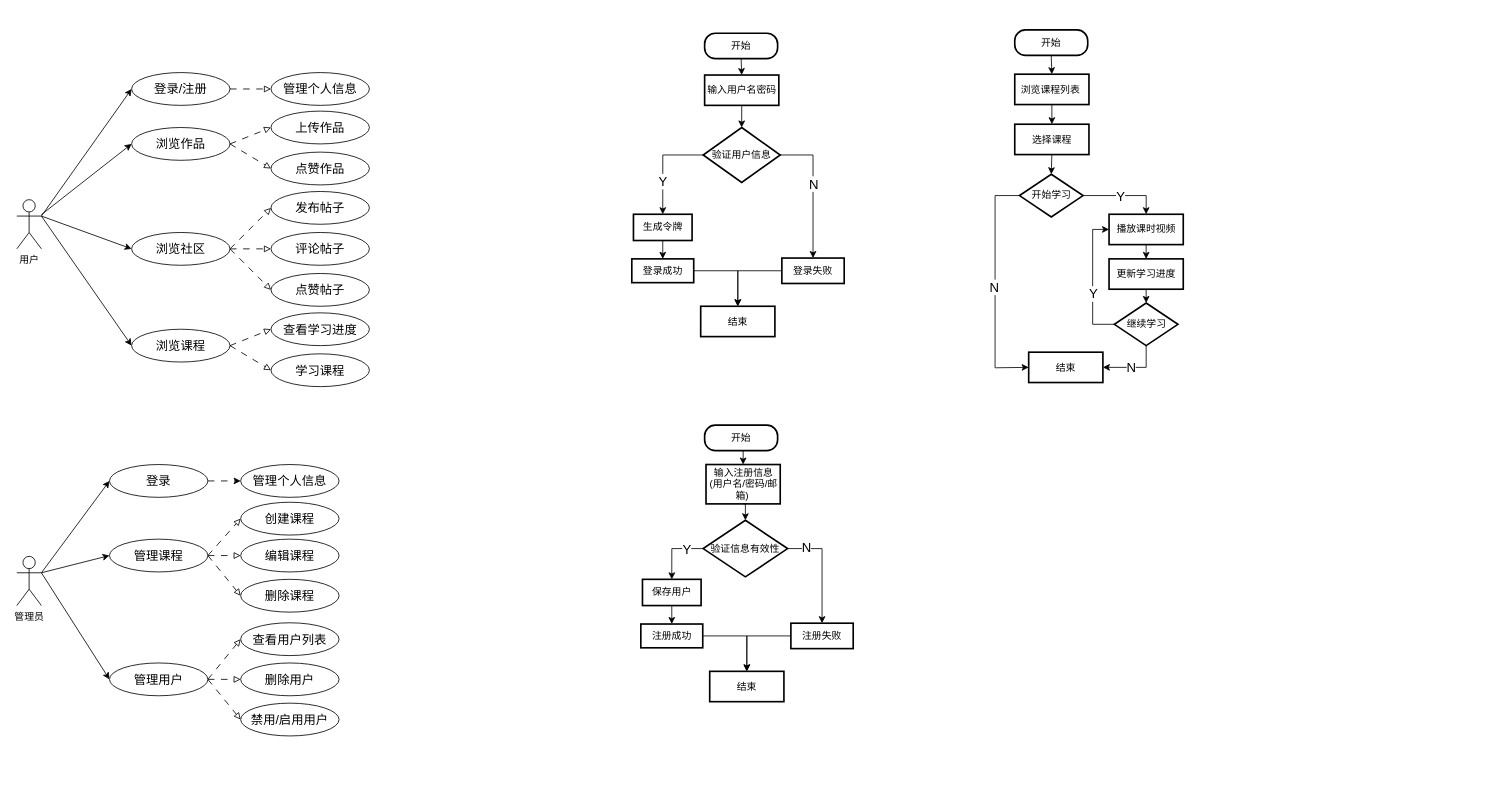
tourbillon-e/remote-repo keeps this draw.io diagram as Untitled Diagram.drawio. Above is the earlier version. Source tidied: cells renumbered, new cells numbered last; positions are measured from the earlier drawing's top-left corner, leaving out a move shared by most shapes. Both pictures are drawn from the tidied source at 82%, with x=0, y=0 at pixel (16, 30).
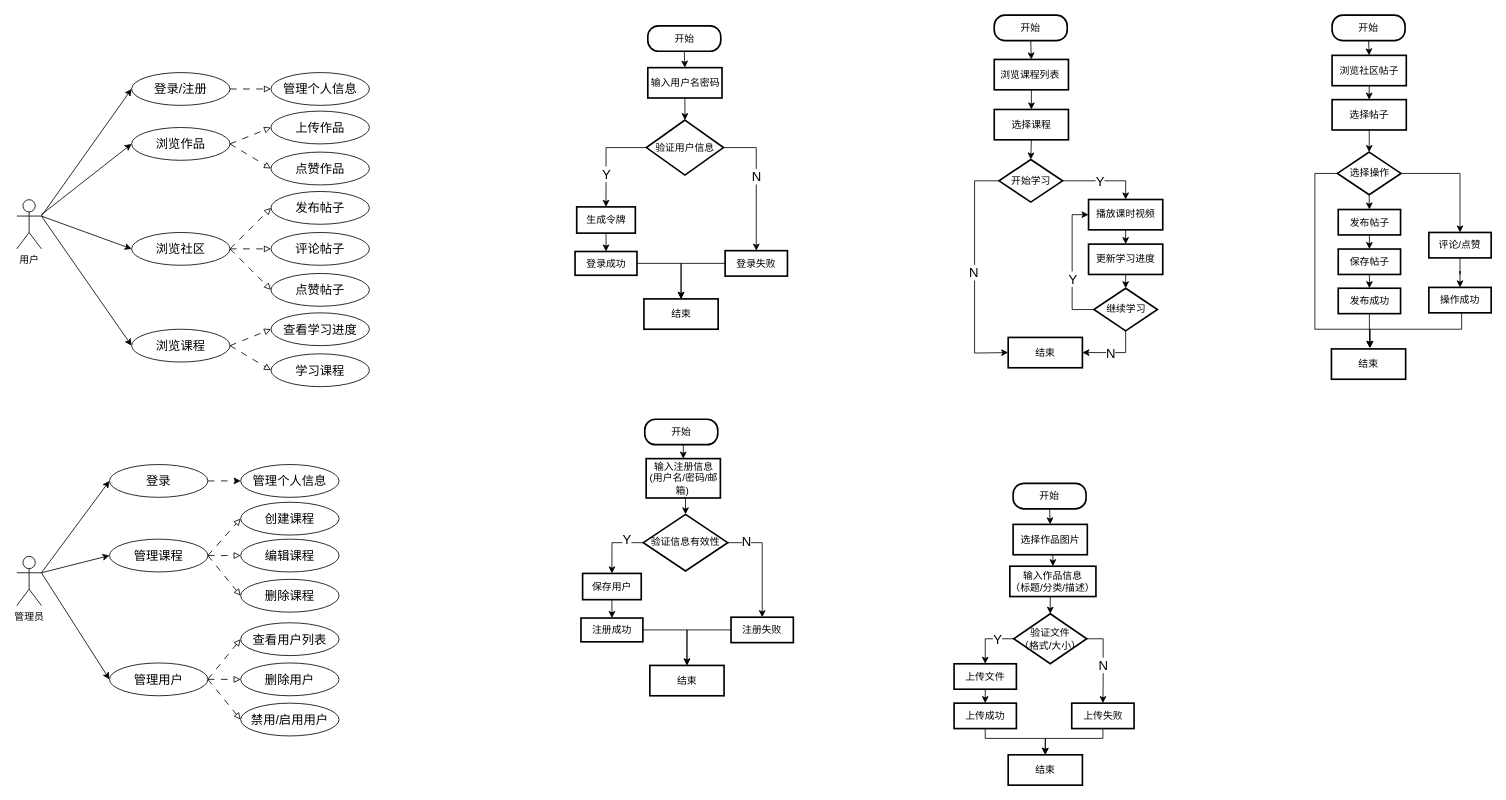
After the change.

Unchanged cells that the change refers to:
```xml
<mxCell id="75" style="edgeStyle=orthogonalEdgeStyle;rounded=0;jettySize=auto;html=1;exitX=0;exitY=0.5;exitDx=0;exitDy=0;exitPerimeter=0;entryX=0.5;entryY=0;entryDx=0;entryDy=0;strokeWidth=1;" parent="1" edge="1" source="67" target="69">
  <mxGeometry relative="1" as="geometry" />
</mxCell>
```

What changed in the source:
```diff
@@
     <mxCell id="49" value="开始" style="rounded=1;whiteSpace=wrap;html=1;strokeWidth=2;perimeterSpacing=0;arcSize=42;" parent="1" vertex="1">
-      <mxGeometry x="838.8" y="4" width="89" height="31" as="geometry" />
+      <mxGeometry x="769.5" y="-5" width="89" height="31" as="geometry" />
     </mxCell>
     <mxCell id="50" value="输入用户名密码" style="rounded=0;whiteSpace=wrap;html=1;strokeWidth=2;" parent="1" vertex="1">
-      <mxGeometry x="838.8" y="55" width="90.5" height="37" as="geometry" />
+      <mxGeometry x="769.5" y="46" width="90.5" height="37" as="geometry" />
     </mxCell>
@@
     <mxCell id="55" value="验证用户信息" style="strokeWidth=2;html=1;shape=mxgraph.flowchart.decision;whiteSpace=wrap;" parent="1" vertex="1">
-      <mxGeometry x="837" y="119" width="94" height="67" as="geometry" />
+      <mxGeometry x="767.8" y="110" width="94" height="67" as="geometry" />
     </mxCell>
@@
     <mxCell id="57" value="生成令牌" style="rounded=0;whiteSpace=wrap;html=1;strokeWidth=2;" parent="1" vertex="1">
-      <mxGeometry x="752" y="224.8" width="71.5" height="32" as="geometry" />
+      <mxGeometry x="682.8" y="215.8" width="71.5" height="32" as="geometry" />
     </mxCell>
@@
     <mxCell id="59" value="登录成功" style="rounded=0;whiteSpace=wrap;html=1;strokeWidth=2;" parent="1" vertex="1">
-      <mxGeometry x="750" y="279.2" width="75.5" height="29" as="geometry" />
+      <mxGeometry x="680.8" y="270.2" width="75.5" height="29" as="geometry" />
     </mxCell>
@@
     <mxCell id="61" value="登录失败" style="rounded=0;whiteSpace=wrap;html=1;strokeWidth=2;" parent="1" vertex="1">
-      <mxGeometry x="933" y="278.2" width="76" height="31" as="geometry" />
+      <mxGeometry x="863.8" y="269.2" width="76" height="31" as="geometry" />
     </mxCell>
@@
     <mxCell id="63" value="结束" style="rounded=0;whiteSpace=wrap;html=1;strokeWidth=2;" parent="1" vertex="1">
-      <mxGeometry x="834" y="337" width="90.5" height="37" as="geometry" />
+      <mxGeometry x="764.8" y="328" width="90.5" height="37" as="geometry" />
     </mxCell>
@@
     <mxCell id="65" value="开始" style="rounded=1;whiteSpace=wrap;html=1;strokeWidth=2;perimeterSpacing=0;arcSize=42;" parent="1" vertex="1">
-      <mxGeometry x="838.8" y="482" width="89" height="31" as="geometry" />
+      <mxGeometry x="765.8" y="474.8" width="89" height="31" as="geometry" />
     </mxCell>
     <mxCell id="66" value="输入注册信息&lt;br&gt;(用户名/密码/邮箱)&amp;nbsp;" style="rounded=0;whiteSpace=wrap;html=1;strokeWidth=2;" parent="1" vertex="1">
-      <mxGeometry x="840.5" y="530" width="90.5" height="48" as="geometry" />
+      <mxGeometry x="767.5" y="522.8" width="90.5" height="48" as="geometry" />
     </mxCell>
     <mxCell id="67" value="验证信息有效性" style="strokeWidth=2;html=1;shape=mxgraph.flowchart.decision;whiteSpace=wrap;" parent="1" vertex="1">
-      <mxGeometry x="837" y="598" width="103" height="69" as="geometry" />
+      <mxGeometry x="764" y="590.8" width="103" height="69" as="geometry" />
     </mxCell>
@@
     <mxCell id="69" value="保存用户" style="rounded=0;whiteSpace=wrap;html=1;strokeWidth=2;" parent="1" vertex="1">
-      <mxGeometry x="763" y="670" width="71.5" height="32" as="geometry" />
+      <mxGeometry x="690" y="662.8" width="71.5" height="32" as="geometry" />
     </mxCell>
@@
     <mxCell id="71" value="注册成功" style="rounded=0;whiteSpace=wrap;html=1;strokeWidth=2;" parent="1" vertex="1">
-      <mxGeometry x="761" y="724.5" width="75.5" height="29" as="geometry" />
+      <mxGeometry x="688" y="717.2" width="75.5" height="29" as="geometry" />
     </mxCell>
@@
     <mxCell id="73" value="注册失败" style="rounded=0;whiteSpace=wrap;html=1;strokeWidth=2;" parent="1" vertex="1">
-      <mxGeometry x="944" y="723.5" width="76" height="31" as="geometry" />
+      <mxGeometry x="871" y="716.2" width="76" height="31" as="geometry" />
     </mxCell>
     <mxCell id="74" value="结束" style="rounded=0;whiteSpace=wrap;html=1;strokeWidth=2;" parent="1" vertex="1">
-      <mxGeometry x="845" y="782.2" width="90.5" height="37" as="geometry" />
+      <mxGeometry x="772" y="775" width="90.5" height="37" as="geometry" />
     </mxCell>
@@
     <mxCell id="76" value="Y" style="edgeLabel;html=1;align=center;verticalAlign=middle;fontSize=16;" parent="75" vertex="1">
       <mxGeometry y="4" relative="1" as="geometry">
-        <mxPoint x="14" as="offset" />
+        <mxPoint x="14" y="-4" as="offset" />
       </mxGeometry>
     </mxCell>
@@
     <mxCell id="81" value="开始" style="rounded=1;whiteSpace=wrap;html=1;strokeWidth=2;perimeterSpacing=0;arcSize=42;" parent="1" vertex="1">
-      <mxGeometry x="1217" width="89" height="31" as="geometry" />
+      <mxGeometry x="1192" y="-18" width="89" height="31" as="geometry" />
     </mxCell>
@@
     <mxCell id="83" value="浏览课程列表&amp;nbsp;" style="rounded=0;whiteSpace=wrap;html=1;strokeWidth=2;" parent="1" vertex="1">
-      <mxGeometry x="1217" y="54" width="90.5" height="37" as="geometry" />
+      <mxGeometry x="1192" y="36" width="90.5" height="37" as="geometry" />
     </mxCell>
     <mxCell id="84" value="选择课程" style="rounded=0;whiteSpace=wrap;html=1;strokeWidth=2;" parent="1" vertex="1">
-      <mxGeometry x="1217" y="115" width="90.5" height="37" as="geometry" />
+      <mxGeometry x="1192" y="97" width="90.5" height="37" as="geometry" />
     </mxCell>
     <mxCell id="85" style="edgeStyle=orthogonalEdgeStyle;rounded=0;jettySize=auto;html=1;entryX=0;entryY=0.5;entryDx=0;entryDy=0;" parent="1" edge="1" source="89" target="90">
       <mxGeometry relative="1" as="geometry">
         <Array as="points">
-          <mxPoint x="1193" y="202" />
-          <mxPoint x="1193" y="412" />
-          <mxPoint x="1195" y="412" />
+          <mxPoint x="1168" y="184" />
+          <mxPoint x="1168" y="394" />
+          <mxPoint x="1170" y="394" />
         </Array>
       </mxGeometry>
     </mxCell>
@@
     <mxCell id="89" value="开始学习" style="strokeWidth=2;html=1;shape=mxgraph.flowchart.decision;whiteSpace=wrap;" parent="1" vertex="1">
-      <mxGeometry x="1222.8" y="176" width="77.5" height="52" as="geometry" />
+      <mxGeometry x="1197.8" y="158" width="77.5" height="52" as="geometry" />
     </mxCell>
     <mxCell id="90" value="结束" style="rounded=0;whiteSpace=wrap;html=1;strokeWidth=2;" parent="1" vertex="1">
-      <mxGeometry x="1234" y="393" width="90.5" height="37" as="geometry" />
+      <mxGeometry x="1209" y="375" width="90.5" height="37" as="geometry" />
     </mxCell>
@@
     <mxCell id="92" value="播放课时视频" style="rounded=0;whiteSpace=wrap;html=1;strokeWidth=2;" parent="1" vertex="1">
-      <mxGeometry x="1332" y="224.8" width="90.5" height="37" as="geometry" />
+      <mxGeometry x="1307" y="206.8" width="90.5" height="37" as="geometry" />
     </mxCell>
     <mxCell id="93" value="更新学习进度" style="rounded=0;whiteSpace=wrap;html=1;strokeWidth=2;" parent="1" vertex="1">
-      <mxGeometry x="1332" y="279.2" width="90.5" height="37" as="geometry" />
+      <mxGeometry x="1307" y="261.2" width="90.5" height="37" as="geometry" />
     </mxCell>
     <mxCell id="94" style="edgeStyle=orthogonalEdgeStyle;rounded=0;jettySize=auto;html=1;entryX=0;entryY=0.5;entryDx=0;entryDy=0;" parent="1" edge="1" source="98" target="92">
       <mxGeometry relative="1" as="geometry">
         <Array as="points">
-          <mxPoint x="1312" y="359" />
-          <mxPoint x="1312" y="243" />
+          <mxPoint x="1287" y="341" />
+          <mxPoint x="1287" y="225" />
         </Array>
       </mxGeometry>
     </mxCell>
@@
     <mxCell id="98" value="继续学习" style="strokeWidth=2;html=1;shape=mxgraph.flowchart.decision;whiteSpace=wrap;" parent="1" vertex="1">
-      <mxGeometry x="1338.5" y="333" width="77.5" height="52" as="geometry" />
+      <mxGeometry x="1313.5" y="315" width="77.5" height="52" as="geometry" />
     </mxCell>
@@
+    <mxCell id="101" style="edgeStyle=orthogonalEdgeStyle;rounded=0;jettySize=auto;html=1;exitX=0.5;exitY=1;exitDx=0;exitDy=0;entryX=0.5;entryY=0;entryDx=0;entryDy=0;" parent="1" edge="1" source="102" target="104">
+      <mxGeometry relative="1" as="geometry" />
+    </mxCell>
+    <mxCell id="102" value="开始" style="rounded=1;whiteSpace=wrap;html=1;strokeWidth=2;perimeterSpacing=0;arcSize=42;" parent="1" vertex="1">
+      <mxGeometry x="1215" y="553" width="89" height="31" as="geometry" />
+    </mxCell>
+    <mxCell id="103" style="edgeStyle=orthogonalEdgeStyle;rounded=0;jettySize=auto;html=1;exitX=0.5;exitY=1;exitDx=0;exitDy=0;entryX=0.5;entryY=0;entryDx=0;entryDy=0;" parent="1" edge="1" source="104" target="105">
+      <mxGeometry relative="1" as="geometry" />
+    </mxCell>
+    <mxCell id="104" value="选择作品图片" style="rounded=0;whiteSpace=wrap;html=1;strokeWidth=2;" parent="1" vertex="1">
+      <mxGeometry x="1215" y="603" width="90.5" height="37" as="geometry" />
+    </mxCell>
+    <mxCell id="105" value="输入作品信息&lt;br&gt;（标题/分类/描述）" style="rounded=0;whiteSpace=wrap;html=1;strokeWidth=2;" parent="1" vertex="1">
+      <mxGeometry x="1211" y="654" width="105" height="37" as="geometry" />
+    </mxCell>
+    <mxCell id="106" style="edgeStyle=orthogonalEdgeStyle;rounded=0;jettySize=auto;html=1;entryX=0.5;entryY=0;entryDx=0;entryDy=0;exitX=0;exitY=0.5;exitDx=0;exitDy=0;exitPerimeter=0;" parent="1" edge="1" source="110" target="112">
+      <mxGeometry relative="1" as="geometry" />
+    </mxCell>
+    <mxCell id="107" value="Y" style="edgeLabel;html=1;align=center;verticalAlign=middle;fontSize=16;" parent="106" vertex="1">
+      <mxGeometry x="-0.48" y="3" relative="1" as="geometry">
+        <mxPoint x="-3" y="-3" as="offset" />
+      </mxGeometry>
+    </mxCell>
+    <mxCell id="108" style="edgeStyle=orthogonalEdgeStyle;rounded=0;jettySize=auto;html=1;exitX=1;exitY=0.5;exitDx=0;exitDy=0;exitPerimeter=0;entryX=0.5;entryY=0;entryDx=0;entryDy=0;" parent="1" edge="1" source="110" target="116">
+      <mxGeometry relative="1" as="geometry" />
+    </mxCell>
+    <mxCell id="109" value="N" style="edgeLabel;html=1;align=center;verticalAlign=middle;fontSize=16;" parent="108" vertex="1">
+      <mxGeometry x="0.1" y="2" relative="1" as="geometry">
+        <mxPoint x="-2" y="-2" as="offset" />
+      </mxGeometry>
+    </mxCell>
+    <mxCell id="110" value="验证文件&lt;br&gt;（格式/大小）" style="strokeWidth=2;html=1;shape=mxgraph.flowchart.decision;whiteSpace=wrap;" parent="1" vertex="1">
+      <mxGeometry x="1215.8" y="712" width="89" height="61" as="geometry" />
+    </mxCell>
+    <mxCell id="111" style="edgeStyle=orthogonalEdgeStyle;rounded=0;jettySize=auto;html=1;exitX=0.5;exitY=1;exitDx=0;exitDy=0;entryX=0.5;entryY=0;entryDx=0;entryDy=0;" parent="1" edge="1" source="112" target="114">
+      <mxGeometry relative="1" as="geometry" />
+    </mxCell>
+    <mxCell id="112" value="上传文件" style="rounded=0;whiteSpace=wrap;html=1;strokeWidth=2;" parent="1" vertex="1">
+      <mxGeometry x="1143" y="773" width="76" height="31" as="geometry" />
+    </mxCell>
+    <mxCell id="113" style="edgeStyle=orthogonalEdgeStyle;rounded=0;jettySize=auto;html=1;exitX=0.5;exitY=1;exitDx=0;exitDy=0;entryX=0.5;entryY=0;entryDx=0;entryDy=0;" parent="1" edge="1" source="114" target="117">
+      <mxGeometry relative="1" as="geometry">
+        <Array as="points">
+          <mxPoint x="1181" y="864" />
+          <mxPoint x="1254" y="864" />
+        </Array>
+      </mxGeometry>
+    </mxCell>
+    <mxCell id="114" value="上传成功" style="rounded=0;whiteSpace=wrap;html=1;strokeWidth=2;" parent="1" vertex="1">
+      <mxGeometry x="1143" y="821" width="76" height="31" as="geometry" />
+    </mxCell>
+    <mxCell id="115" style="edgeStyle=orthogonalEdgeStyle;rounded=0;jettySize=auto;html=1;entryX=0.5;entryY=0;entryDx=0;entryDy=0;" parent="1" edge="1" source="116" target="117">
+      <mxGeometry relative="1" as="geometry">
+        <Array as="points">
+          <mxPoint x="1325" y="864" />
+          <mxPoint x="1254" y="864" />
+        </Array>
+      </mxGeometry>
+    </mxCell>
+    <mxCell id="116" value="上传失败" style="rounded=0;whiteSpace=wrap;html=1;strokeWidth=2;" parent="1" vertex="1">
+      <mxGeometry x="1286.5" y="821" width="76" height="31" as="geometry" />
+    </mxCell>
+    <mxCell id="117" value="结束" style="rounded=0;whiteSpace=wrap;html=1;strokeWidth=2;" parent="1" vertex="1">
+      <mxGeometry x="1209" y="884" width="90.5" height="37" as="geometry" />
+    </mxCell>
+    <mxCell id="118" style="edgeStyle=orthogonalEdgeStyle;rounded=0;jettySize=auto;html=1;exitX=0.5;exitY=1;exitDx=0;exitDy=0;entryX=0.5;entryY=0;entryDx=0;entryDy=0;entryPerimeter=0;" parent="1" edge="1" source="105" target="110">
+      <mxGeometry relative="1" as="geometry" />
+    </mxCell>
+    <mxCell id="119" style="edgeStyle=orthogonalEdgeStyle;rounded=0;jettySize=auto;html=1;exitX=0.5;exitY=1;exitDx=0;exitDy=0;entryX=0.5;entryY=0;entryDx=0;entryDy=0;" parent="1" edge="1" source="120" target="122">
+      <mxGeometry relative="1" as="geometry" />
+    </mxCell>
+    <mxCell id="120" value="开始" style="rounded=1;whiteSpace=wrap;html=1;strokeWidth=2;perimeterSpacing=0;arcSize=42;" parent="1" vertex="1">
+      <mxGeometry x="1604" y="-18" width="89" height="31" as="geometry" />
+    </mxCell>
+    <mxCell id="121" style="edgeStyle=orthogonalEdgeStyle;rounded=0;jettySize=auto;html=1;exitX=0.5;exitY=1;exitDx=0;exitDy=0;entryX=0.5;entryY=0;entryDx=0;entryDy=0;" parent="1" edge="1" source="122" target="123">
+      <mxGeometry relative="1" as="geometry" />
+    </mxCell>
+    <mxCell id="122" value="浏览社区帖子" style="rounded=0;whiteSpace=wrap;html=1;strokeWidth=2;" parent="1" vertex="1">
+      <mxGeometry x="1604" y="31" width="90.5" height="37" as="geometry" />
+    </mxCell>
+    <mxCell id="123" value="选择帖子" style="rounded=0;whiteSpace=wrap;html=1;strokeWidth=2;" parent="1" vertex="1">
+      <mxGeometry x="1604" y="85" width="90.5" height="37" as="geometry" />
+    </mxCell>
+    <mxCell id="124" style="edgeStyle=orthogonalEdgeStyle;rounded=0;jettySize=auto;html=1;entryX=0.518;entryY=-0.027;entryDx=0;entryDy=0;entryPerimeter=0;" parent="1" edge="1" source="127" target="136">
+      <mxGeometry relative="1" as="geometry">
+        <Array as="points">
+          <mxPoint x="1583" y="175" />
+          <mxPoint x="1583" y="365" />
+          <mxPoint x="1650" y="365" />
+        </Array>
+      </mxGeometry>
+    </mxCell>
+    <mxCell id="125" style="edgeStyle=orthogonalEdgeStyle;rounded=0;jettySize=auto;html=1;exitX=0.5;exitY=1;exitDx=0;exitDy=0;exitPerimeter=0;entryX=0.5;entryY=0;entryDx=0;entryDy=0;" parent="1" edge="1" source="127" target="129">
+      <mxGeometry relative="1" as="geometry" />
+    </mxCell>
+    <mxCell id="126" style="edgeStyle=orthogonalEdgeStyle;rounded=0;jettySize=auto;html=1;entryX=0.5;entryY=0;entryDx=0;entryDy=0;" parent="1" edge="1" source="127" target="134">
+      <mxGeometry relative="1" as="geometry" />
+    </mxCell>
+    <mxCell id="127" value="选择操作" style="strokeWidth=2;html=1;shape=mxgraph.flowchart.decision;whiteSpace=wrap;" parent="1" vertex="1">
+      <mxGeometry x="1610.5" y="149" width="77.5" height="52" as="geometry" />
+    </mxCell>
+    <mxCell id="128" style="edgeStyle=orthogonalEdgeStyle;rounded=0;jettySize=auto;html=1;exitX=0.5;exitY=1;exitDx=0;exitDy=0;entryX=0.5;entryY=0;entryDx=0;entryDy=0;" parent="1" edge="1" source="129" target="131">
+      <mxGeometry relative="1" as="geometry" />
+    </mxCell>
+    <mxCell id="129" value="发布帖子" style="rounded=0;whiteSpace=wrap;html=1;strokeWidth=2;" parent="1" vertex="1">
+      <mxGeometry x="1611.5" y="219" width="76" height="31" as="geometry" />
+    </mxCell>
+    <mxCell id="130" style="edgeStyle=orthogonalEdgeStyle;rounded=0;jettySize=auto;html=1;exitX=0.5;exitY=1;exitDx=0;exitDy=0;entryX=0.5;entryY=0;entryDx=0;entryDy=0;" parent="1" edge="1" source="131" target="132">
+      <mxGeometry relative="1" as="geometry" />
+    </mxCell>
+    <mxCell id="131" value="保存帖子" style="rounded=0;whiteSpace=wrap;html=1;strokeWidth=2;" parent="1" vertex="1">
+      <mxGeometry x="1611.5" y="267.2" width="76" height="31" as="geometry" />
+    </mxCell>
+    <mxCell id="132" value="发布成功" style="rounded=0;whiteSpace=wrap;html=1;strokeWidth=2;" parent="1" vertex="1">
+      <mxGeometry x="1611.5" y="315" width="76" height="31" as="geometry" />
+    </mxCell>
+    <mxCell id="133" style="edgeStyle=orthogonalEdgeStyle;rounded=0;jettySize=auto;html=1;entryX=0.5;entryY=0;entryDx=0;entryDy=0;" parent="1" edge="1" source="134" target="135">
+      <mxGeometry relative="1" as="geometry" />
+    </mxCell>
+    <mxCell id="134" value="评论/点赞" style="rounded=0;whiteSpace=wrap;html=1;strokeWidth=2;" parent="1" vertex="1">
+      <mxGeometry x="1722" y="247" width="76" height="31" as="geometry" />
+    </mxCell>
+    <mxCell id="135" value="操作成功" style="rounded=0;whiteSpace=wrap;html=1;strokeWidth=2;" parent="1" vertex="1">
+      <mxGeometry x="1722" y="314" width="76" height="31" as="geometry" />
+    </mxCell>
+    <mxCell id="136" value="结束" style="rounded=0;whiteSpace=wrap;html=1;strokeWidth=2;" parent="1" vertex="1">
+      <mxGeometry x="1603.2" y="389" width="90.5" height="37" as="geometry" />
+    </mxCell>
+    <mxCell id="137" style="edgeStyle=orthogonalEdgeStyle;rounded=0;jettySize=auto;html=1;entryX=0.518;entryY=-0.033;entryDx=0;entryDy=0;entryPerimeter=0;" parent="1" edge="1" source="132" target="136">
+      <mxGeometry relative="1" as="geometry" />
+    </mxCell>
+    <mxCell id="138" style="edgeStyle=orthogonalEdgeStyle;rounded=0;jettySize=auto;html=1;entryX=0.519;entryY=-0.033;entryDx=0;entryDy=0;entryPerimeter=0;" parent="1" edge="1" source="135" target="136">
+      <mxGeometry relative="1" as="geometry">
+        <Array as="points">
+          <mxPoint x="1762" y="365" />
+          <mxPoint x="1650" y="365" />
+        </Array>
+      </mxGeometry>
+    </mxCell>
+    <mxCell id="139" style="edgeStyle=orthogonalEdgeStyle;rounded=0;jettySize=auto;html=1;entryX=0.5;entryY=0;entryDx=0;entryDy=0;entryPerimeter=0;" parent="1" edge="1" source="123" target="127">
+      <mxGeometry relative="1" as="geometry" />
+    </mxCell>
```
